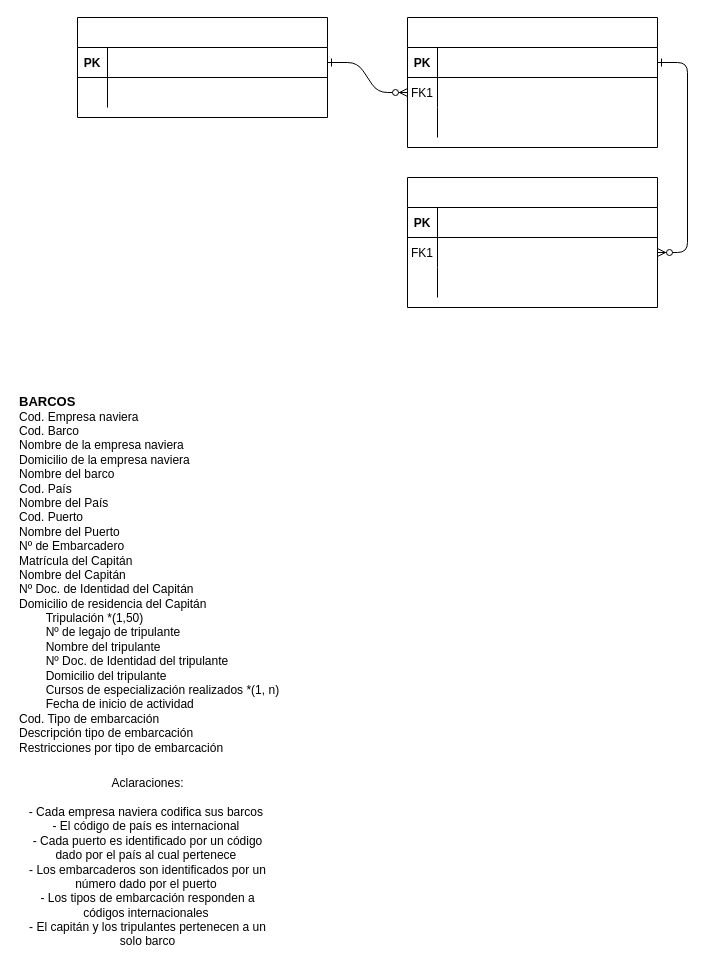
Before: Diagrama-de-Entidad-de-Relaciones.drawio in Jose-AA/TP-Barcos-Dise-o-y-Administracion-de-bd-Grupo-11, a draw.io diagram. Source tidied: cells renumbered, new cells numbered last; positions are measured from the earlier drawing's top-left corner, leaving out a move shared by most shapes. Both pictures are drawn from the tidied source at 100%, with x=0, y=0 at pixel (17, 17).
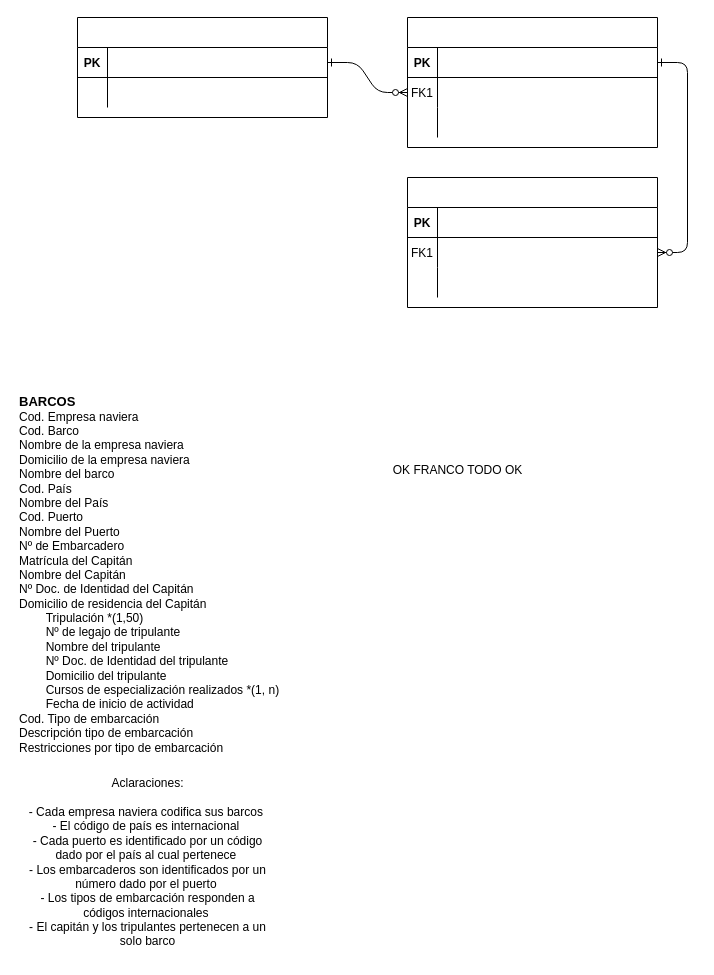
Above is the later version.

The edit, as a diff of the source:
```diff
@@
+    <mxCell id="33" value="&lt;div&gt;OK FRANCO TODO OK&lt;/div&gt;" style="text;html=1;align=center;verticalAlign=middle;strokeColor=none;fillColor=none;" parent="1" vertex="1">
+      <mxGeometry x="365" y="438" width="150" height="30" as="geometry" />
+    </mxCell>
```
